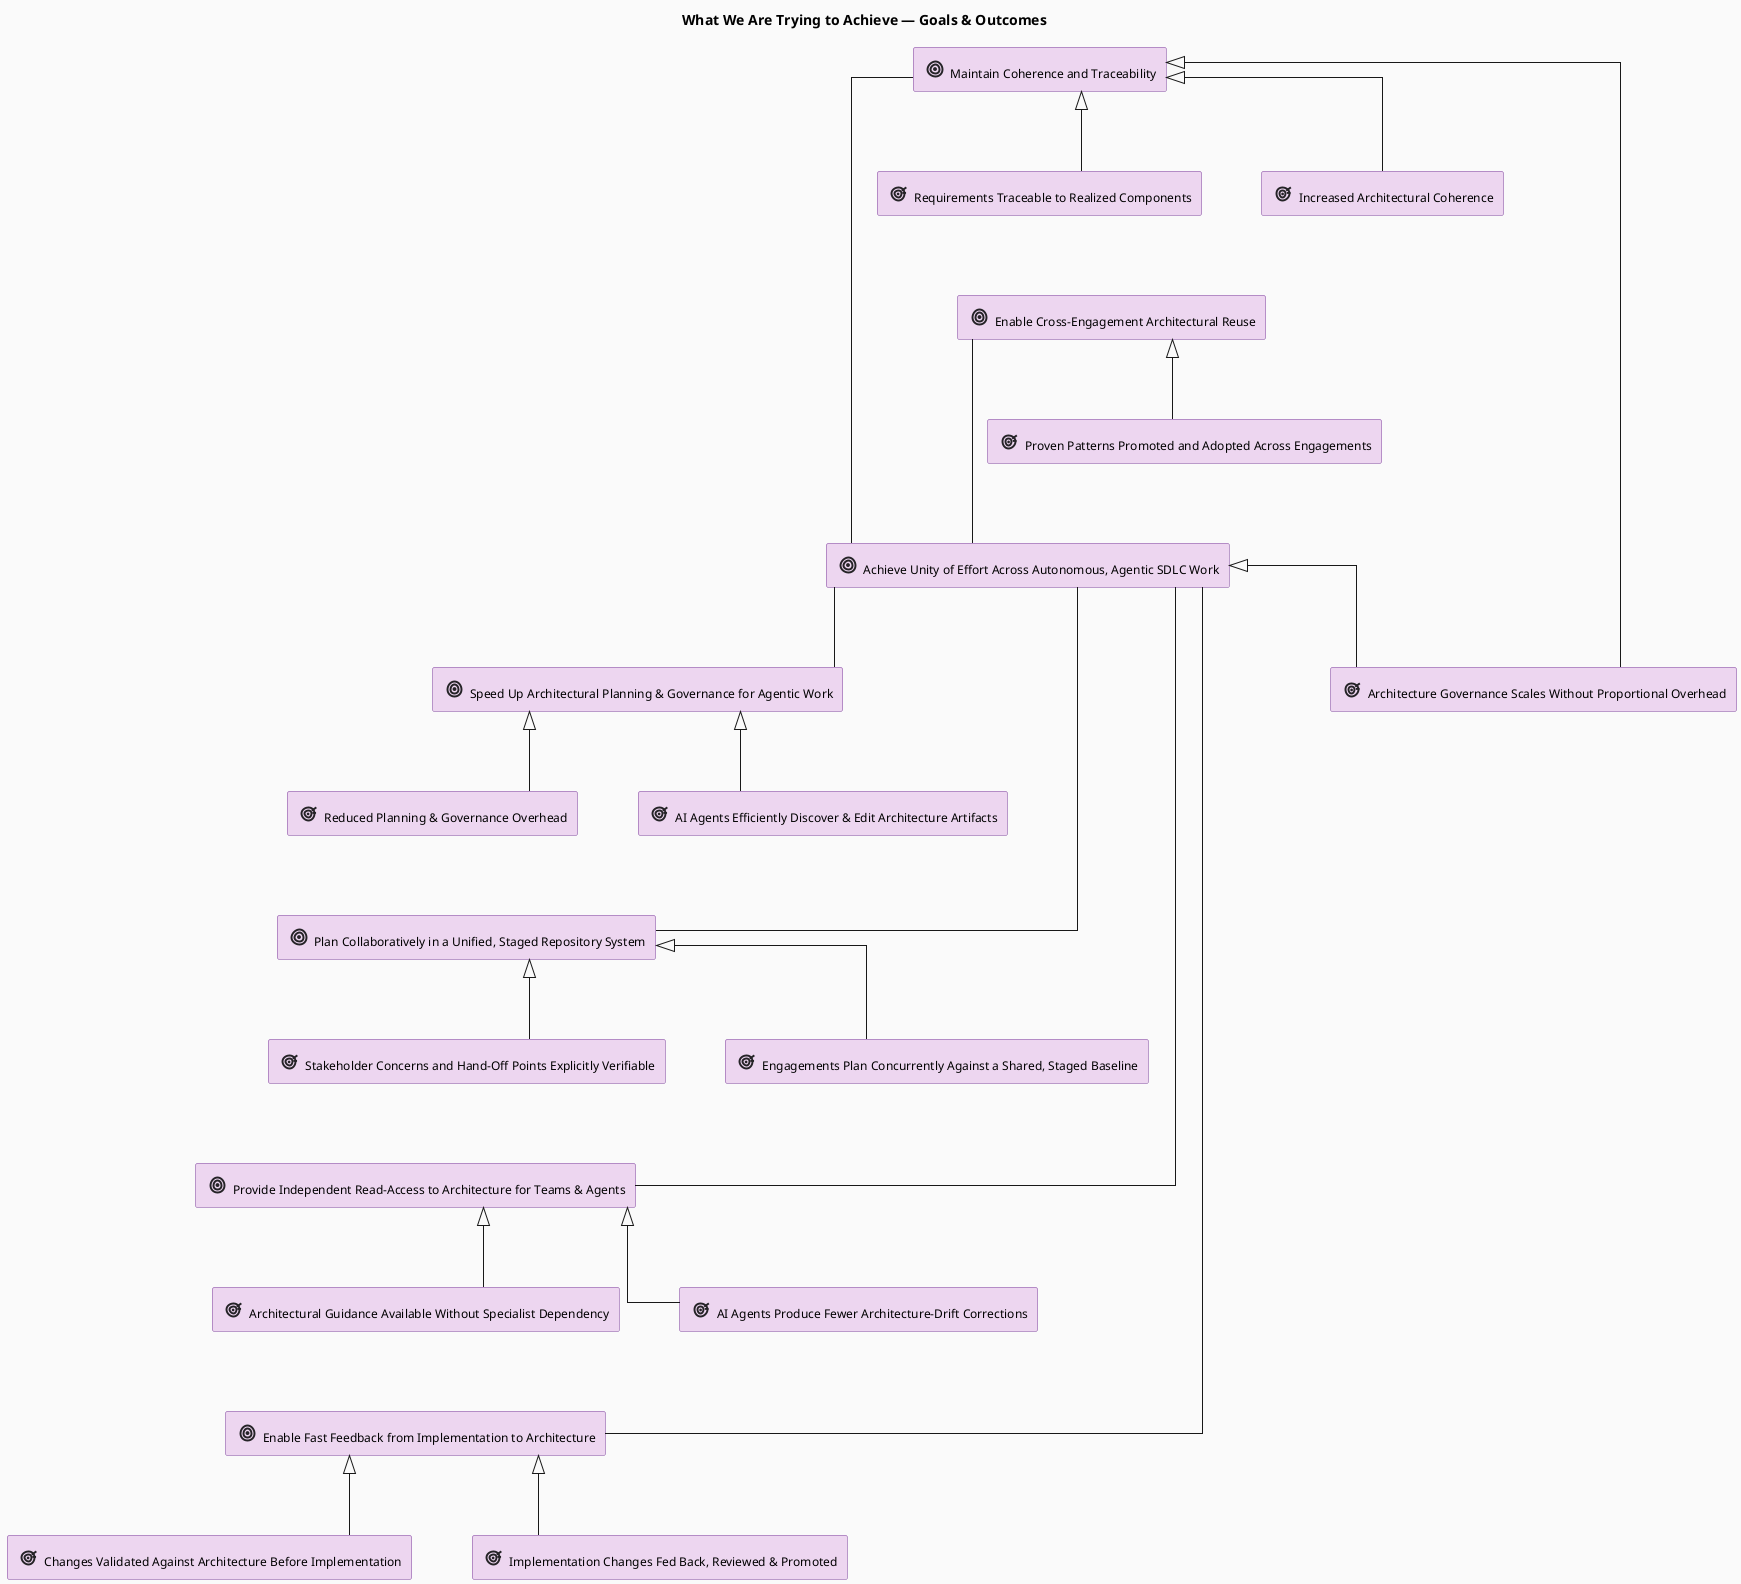
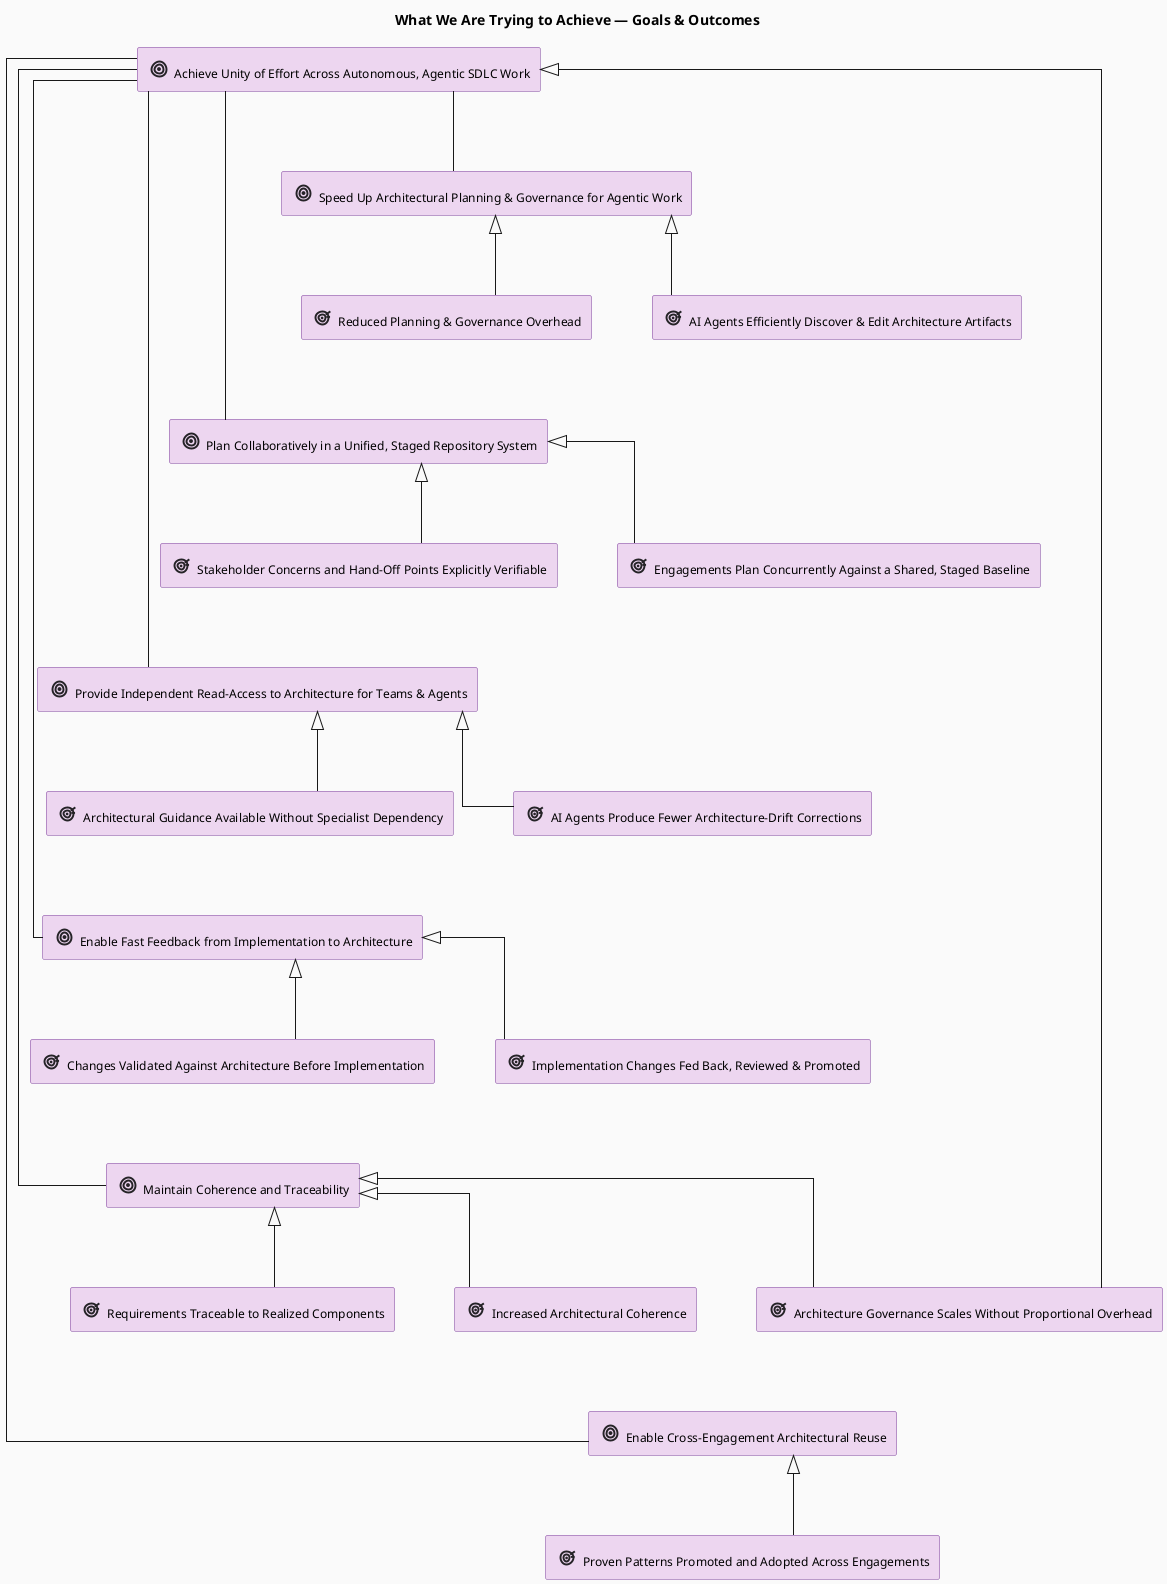
---
artifact-id: ARC@1777452513.d8jG_4.what-we-are-trying-to-achieve
artifact-type: diagram
name: "What We Are Trying to Achieve \u2014 Goals & Outcomes"
version: 0.1.0
status: draft
keywords:
- motivation
- goals
- outcomes
- realization
- why
- unity-of-effort
diagram-type: archimate-motivation
entity-ids-used:
- GOL@1712870400.5Fk9di.speed-up-architectural-planning-governance-for-agentic-work
- GOL@1780220699.FCfDuc.achieve-unity-of-effort-across-autonomous-agentic-sdlc-work
- GOL@1712870400.Gh3Jk1.provide-independent-read-access-to-architecture-for-teams-agents
- GOL@1712870400.Lm2Bn2.plan-collaboratively-in-a-unified-staged-repository-system
- GOL@1712870400.Po1Qw3.maintain-coherence-and-traceability
- GOL@1780220699.Xwvgpb.enable-fast-feedback-from-implementation-to-architecture
- GOL@1776628205.kCcPph.enable-cross-engagement-architectural-reuse
- OUT@1776629105.9jS0BB.requirements-traceable-to-realized-components
- OUT@1712870400.AlZjX8.reduced-planning-governance-overhead
- OUT@1776629097.FXFGrO.architectural-guidance-available-without-specialist-dependency
- OUT@1776670379.JZMIk3.ai-agents-author-and-maintain-model-content-autonomously
- OUT@1712870400.LrpdG0.increased-architectural-coherence
- OUT@1776629109.YSRwR0.stakeholder-concerns-and-hand-off-points-explicitly-verifiable
- OUT@1776629100._AzP1Q.ai-agents-produce-fewer-architecture-drift-corrections
- OUT@1776629101.a5mNob.changes-validated-against-architecture-before-implementation
- OUT@1776629110.aOcRl9.architecture-governance-scales-without-proportional-coordination-overhead
- OUT@1776629112.edEkJa.proven-patterns-promoted-and-adopted-across-engagements
- OUT@1780220699.g7PM4Y.implementation-changes-fed-back-reviewed-promoted
- OUT@1783330223.620dTh.engagements-plan-concurrently-against-a-shared-staged-baseline
connection-ids-used:
- OUT@1712870400.AlZjX8.reduced-planning-governance-overhead---GOL@1712870400.5Fk9di.speed-up-architectural-planning-governance-for-agentic-work@@archimate-realization
- OUT@1776670379.JZMIk3.ai-agents-author-and-maintain-model-content-autonomously---GOL@1712870400.5Fk9di.speed-up-architectural-planning-governance-for-agentic-work@@archimate-realization
- OUT@1776629109.YSRwR0.stakeholder-concerns-and-hand-off-points-explicitly-verifiable---GOL@1712870400.Lm2Bn2.plan-collaboratively-in-a-unified-staged-repository-system@@archimate-realization
- OUT@1776629097.FXFGrO.architectural-guidance-available-without-specialist-dependency---GOL@1712870400.Gh3Jk1.provide-independent-read-access-to-architecture-for-teams-agents@@archimate-realization
- OUT@1776629100._AzP1Q.ai-agents-produce-fewer-architecture-drift-corrections---GOL@1712870400.Gh3Jk1.provide-independent-read-access-to-architecture-for-teams-agents@@archimate-realization
- OUT@1776629101.a5mNob.changes-validated-against-architecture-before-implementation---GOL@1780220699.Xwvgpb.enable-fast-feedback-from-implementation-to-architecture@@archimate-realization
- OUT@1780220699.g7PM4Y.implementation-changes-fed-back-reviewed-promoted---GOL@1780220699.Xwvgpb.enable-fast-feedback-from-implementation-to-architecture@@archimate-realization
- OUT@1776629105.9jS0BB.requirements-traceable-to-realized-components---GOL@1712870400.Po1Qw3.maintain-coherence-and-traceability@@archimate-realization
- OUT@1776629110.aOcRl9.architecture-governance-scales-without-proportional-coordination-overhead---GOL@1780220699.FCfDuc.achieve-unity-of-effort-across-autonomous-agentic-sdlc-work@@archimate-realization
- OUT@1776629110.aOcRl9.architecture-governance-scales-without-proportional-coordination-overhead---GOL@1712870400.Po1Qw3.maintain-coherence-and-traceability@@archimate-realization
- OUT@1712870400.LrpdG0.increased-architectural-coherence---GOL@1712870400.Po1Qw3.maintain-coherence-and-traceability@@archimate-realization
- OUT@1776629112.edEkJa.proven-patterns-promoted-and-adopted-across-engagements---GOL@1776628205.kCcPph.enable-cross-engagement-architectural-reuse@@archimate-realization
- OUT@1783330223.620dTh---GOL@1712870400.Lm2Bn2@@archimate-realization
last-updated: '2026-07-06'
---
@startuml ARC@1777452513.d8jG_4.what-we-are-trying-to-achieve
hide stereotype

skinparam defaultFontName "Helvetica Neue, Helvetica, Arial, sans-serif"
skinparam defaultFontSize 12
skinparam shadowing false
skinparam roundcorner 4
skinparam backgroundColor #FAFAFA

skinparam linetype ortho
skinparam nodesep 60
skinparam ranksep 80
!define Rel_Triggering(from, to, label) from --> to
!define Rel_Realization(from, to, label) from ..|> to
!define Rel_Realization_Up(from, to, label) from ..|> to
!define Rel_Serving(from, to, label) from --> to
!define Rel_Association(from, to, label) from -- to
!define Rel_Association_Left(from, to, label) from -- to
!define Rel_Association_Right(from, to, label) from -- to
!define Rel_Access(from, to, label) from ..> to
!define Rel_Influence(from, to, label) from ..> to
skinparam rectangle<<goal>> {
  BackgroundColor #EDD6F0
  BorderColor #7B3F9A
}
skinparam rectangle<<outcome>> {
  BackgroundColor #EDD6F0
  BorderColor #7B3F9A
}
sprite $archimate_goal <svg xmlns="http://www.w3.org/2000/svg" viewBox="0 0 16 16"><circle cx="8" cy="8" r="4.8"  fill="none" stroke="#252327" stroke-width="1.3"/><circle cx="8" cy="8" r="2.9"  fill="none" stroke="#252327" stroke-width="1.3"/><circle cx="8" cy="8" r="1.3" fill="#252327" stroke="none"  stroke-width="1.3"/></svg>
sprite $archimate_outcome <svg xmlns="http://www.w3.org/2000/svg" viewBox="0 0 16 16"><circle cx="7.4" cy="8.6" r="4.3"  fill="none" stroke="#252327" stroke-width="1.3"/><circle cx="7.4" cy="8.6" r="2.2"  fill="none" stroke="#252327" stroke-width="1.3"/><path d="M10.18 6.93L9.42 5.87L12.52 3.67L13.28 4.73z" fill="#252327"/><path d="M10.20 7.25h2.50v1.30H10.20z" fill="#252327"/><circle cx="7.4" cy="8.6" r=".9" fill="#252327" stroke="none"  stroke-width="1.3"/></svg>
top to bottom direction

title What We Are Trying to Achieve — Goals & Outcomes

- ' Vertical narrative: each goal followed by the outcomes that realize it (outcome below its
- ' goal, realization arrow pointing up), sections stacked top to bottom.
+ ' Vertical narrative: the overarching unity-of-effort goal on top, then each subordinate goal
+ ' followed by the outcomes that realize it (outcome below its goal, realization arrow up).
+ rectangle "<$archimate_goal{scale=1.5}> Achieve Unity of Effort Across Autonomous, Agentic SDLC Work" <<goal>> as GOL_FCfDuc
+ 
rectangle "<$archimate_goal{scale=1.5}> Speed Up Architectural Planning & Governance for Agentic Work" <<goal>> as GOL_5Fk9di
rectangle "<$archimate_outcome{scale=1.5}> Reduced Planning & Governance Overhead" <<outcome>> as OUT_AlZjX8
rectangle "<$archimate_outcome{scale=1.5}> AI Agents Efficiently Discover & Edit Architecture Artifacts" <<outcome>> as OUT_JZMIk3

rectangle "<$archimate_goal{scale=1.5}> Plan Collaboratively in a Unified, Staged Repository System" <<goal>> as GOL_Lm2Bn2
rectangle "<$archimate_outcome{scale=1.5}> Stakeholder Concerns and Hand-Off Points Explicitly Verifiable" <<outcome>> as OUT_YSRwR0
rectangle "<$archimate_outcome{scale=1.5}> Engagements Plan Concurrently Against a Shared, Staged Baseline" <<outcome>> as OUT_620dTh

rectangle "<$archimate_goal{scale=1.5}> Provide Independent Read-Access to Architecture for Teams & Agents" <<goal>> as GOL_Gh3Jk1
rectangle "<$archimate_outcome{scale=1.5}> Architectural Guidance Available Without Specialist Dependency" <<outcome>> as OUT_FXFGrO
rectangle "<$archimate_outcome{scale=1.5}> AI Agents Produce Fewer Architecture-Drift Corrections" <<outcome>> as OUT__AzP1Q

rectangle "<$archimate_goal{scale=1.5}> Enable Fast Feedback from Implementation to Architecture" <<goal>> as GOL_Xwvgpb
rectangle "<$archimate_outcome{scale=1.5}> Changes Validated Against Architecture Before Implementation" <<outcome>> as OUT_a5mNob
rectangle "<$archimate_outcome{scale=1.5}> Implementation Changes Fed Back, Reviewed & Promoted" <<outcome>> as OUT_g7PM4Y

rectangle "<$archimate_goal{scale=1.5}> Maintain Coherence and Traceability" <<goal>> as GOL_Po1Qw3
rectangle "<$archimate_outcome{scale=1.5}> Requirements Traceable to Realized Components" <<outcome>> as OUT_9jS0BB
rectangle "<$archimate_outcome{scale=1.5}> Increased Architectural Coherence" <<outcome>> as OUT_LrpdG0
rectangle "<$archimate_outcome{scale=1.5}> Architecture Governance Scales Without Proportional Overhead" <<outcome>> as OUT_aOcRl9

rectangle "<$archimate_goal{scale=1.5}> Enable Cross-Engagement Architectural Reuse" <<goal>> as GOL_kCcPph
rectangle "<$archimate_outcome{scale=1.5}> Proven Patterns Promoted and Adopted Across Engagements" <<outcome>> as OUT_edEkJa

- rectangle "<$archimate_goal{scale=1.5}> Achieve Unity of Effort Across Autonomous, Agentic SDLC Work" <<goal>> as GOL_FCfDuc
- 
- ' --- Layout: goal rank, then its outcomes rank, then the next goal ---
+ ' --- Layout: unity goal on top, then goal rank / outcomes rank alternating ---
+ GOL_FCfDuc -[hidden]down- GOL_5Fk9di
GOL_5Fk9di -[hidden]down- OUT_AlZjX8
OUT_AlZjX8 -[hidden]right- OUT_JZMIk3
OUT_AlZjX8 -[hidden]down- GOL_Lm2Bn2
GOL_Lm2Bn2 -[hidden]down- OUT_YSRwR0
OUT_YSRwR0 -[hidden]right- OUT_620dTh
OUT_YSRwR0 -[hidden]down- GOL_Gh3Jk1
GOL_Gh3Jk1 -[hidden]down- OUT_FXFGrO
OUT_FXFGrO -[hidden]right- OUT__AzP1Q
OUT_FXFGrO -[hidden]down- GOL_Xwvgpb
GOL_Xwvgpb -[hidden]down- OUT_a5mNob
OUT_a5mNob -[hidden]right- OUT_g7PM4Y
OUT_a5mNob -[hidden]down- GOL_Po1Qw3
GOL_Po1Qw3 -[hidden]down- OUT_9jS0BB
OUT_9jS0BB -[hidden]right- OUT_LrpdG0
OUT_LrpdG0 -[hidden]right- OUT_aOcRl9
OUT_9jS0BB -[hidden]down- GOL_kCcPph
GOL_kCcPph -[hidden]down- OUT_edEkJa
- OUT_edEkJa -[hidden]down- GOL_FCfDuc

GOL_FCfDuc -- GOL_5Fk9di
GOL_FCfDuc -- GOL_Lm2Bn2
GOL_FCfDuc -- GOL_Gh3Jk1
GOL_FCfDuc -- GOL_Xwvgpb
- GOL_Po1Qw3 -- GOL_FCfDuc
- GOL_kCcPph -- GOL_FCfDuc
+ GOL_FCfDuc -- GOL_Po1Qw3
+ GOL_FCfDuc -- GOL_kCcPph

OUT_AlZjX8 -up-|> GOL_5Fk9di
OUT_JZMIk3 -up-|> GOL_5Fk9di
OUT_YSRwR0 -up-|> GOL_Lm2Bn2
OUT_620dTh -up-|> GOL_Lm2Bn2
OUT_FXFGrO -up-|> GOL_Gh3Jk1
OUT__AzP1Q -up-|> GOL_Gh3Jk1
OUT_a5mNob -up-|> GOL_Xwvgpb
OUT_g7PM4Y -up-|> GOL_Xwvgpb
OUT_9jS0BB -up-|> GOL_Po1Qw3
OUT_aOcRl9 -up-|> GOL_FCfDuc
OUT_aOcRl9 -up-|> GOL_Po1Qw3
OUT_LrpdG0 -up-|> GOL_Po1Qw3
OUT_edEkJa -up-|> GOL_kCcPph

@enduml
